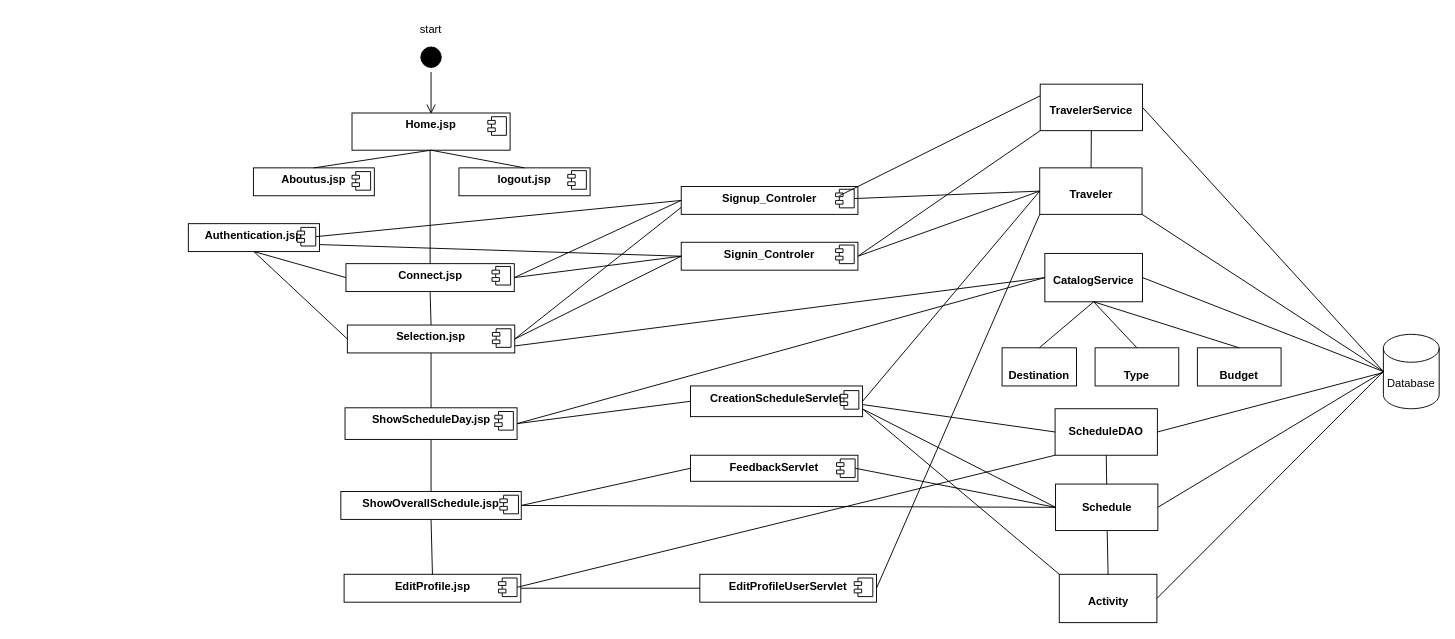
Before: page "Page-1" (1 of 2) of Diagrams/ComponentDiagramFinal.drawio in EleftheriaKoutsiouri/Scheduluxe, a draw.io diagram. Source tidied: cells renumbered, new cells numbered last; positions are measured from the earlier drawing's top-left corner, leaving out a move shared by most shapes. Both pictures are drawn from the tidied source at 93%, with x=0, y=0 at pixel (188, 16).
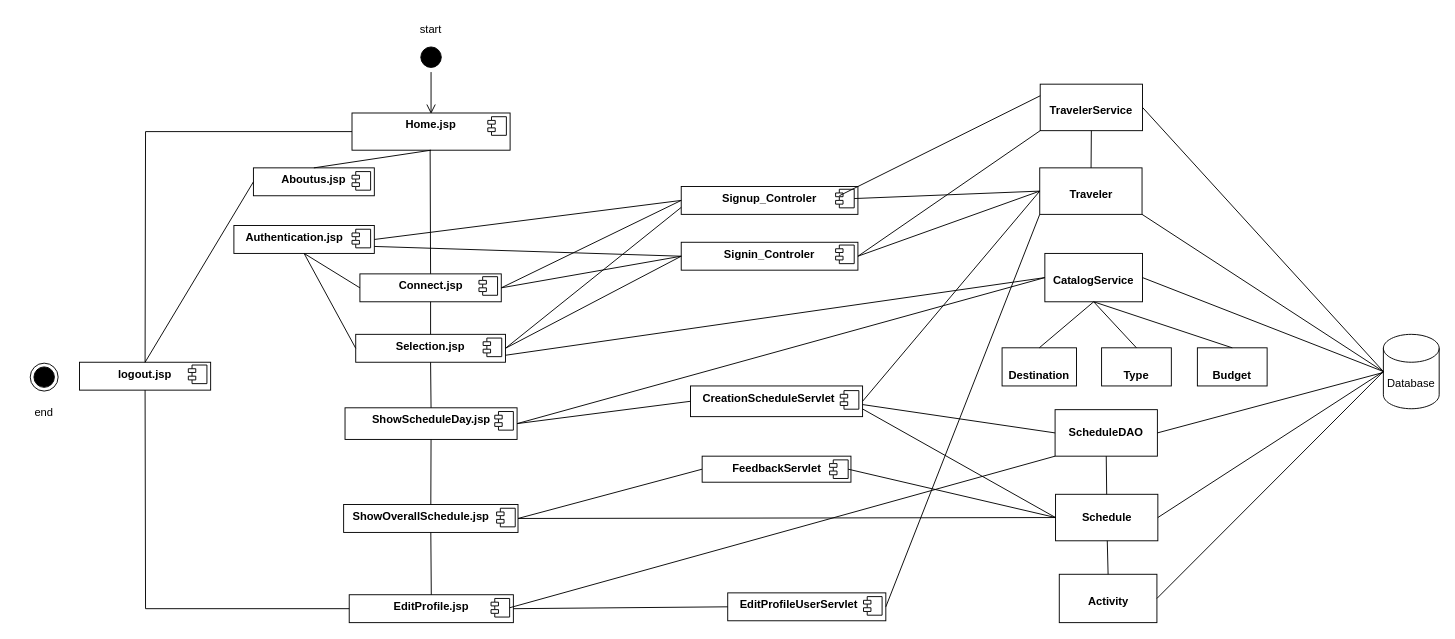
After the change.

The change refers to these unchanged cells:
```xml
<mxCell id="2" value="&lt;p style=&quot;margin:0px;margin-top:6px;text-align:center;&quot;&gt;&lt;b&gt;Home.jsp&lt;/b&gt;&lt;/p&gt;" style="align=left;overflow=fill;html=1;whiteSpace=wrap;" parent="1" vertex="1">
  <mxGeometry x="176" y="104" width="170" height="40" as="geometry" />
</mxCell>
<mxCell id="21" value="&lt;p style=&quot;margin:0px;margin-top:4px;text-align:center;&quot;&gt;&lt;b style=&quot;background-color: initial;&quot;&gt;&lt;br&gt;&lt;/b&gt;&lt;/p&gt;&lt;p style=&quot;margin:0px;margin-top:4px;text-align:center;&quot;&gt;&lt;b style=&quot;background-color: initial;&quot;&gt;Activity&lt;/b&gt;&lt;br&gt;&lt;/p&gt;" style="verticalAlign=top;align=left;overflow=fill;fontSize=12;fontFamily=Helvetica;html=1;whiteSpace=wrap;" parent="1" vertex="1">
  <mxGeometry x="936.5" y="600" width="105" height="52" as="geometry" />
</mxCell>
<mxCell id="43" value="&lt;p style=&quot;margin:0px;margin-top:6px;text-align:center;&quot;&gt;&lt;b&gt;Signup_Controler&lt;/b&gt;&lt;/p&gt;" style="align=left;overflow=fill;html=1;whiteSpace=wrap;" parent="1" vertex="1">
  <mxGeometry x="530" y="183" width="190" height="30" as="geometry" />
</mxCell>
<mxCell id="55" style="shape=component;jettyWidth=8;jettyHeight=4;" parent="54" vertex="1">
  <mxGeometry x="1" width="20" height="20" relative="1" as="geometry">
    <mxPoint x="-24" y="4" as="offset" />
  </mxGeometry>
</mxCell>
<mxCell id="60" value="&lt;p style=&quot;margin:0px;margin-top:6px;text-align:center;&quot;&gt;&lt;b&gt;Aboutus.jsp&lt;/b&gt;&lt;/p&gt;" style="align=left;overflow=fill;html=1;whiteSpace=wrap;" parent="1" vertex="1">
  <mxGeometry x="70" y="163" width="130" height="30" as="geometry" />
</mxCell>
```

Diff of the diagram source:
```diff
@@
-    <mxCell id="4" value="&lt;p style=&quot;margin:0px;margin-top:6px;text-align:center;&quot;&gt;&lt;b&gt;CreationScheduleServlet&lt;/b&gt;&lt;/p&gt;" style="align=left;overflow=fill;html=1;whiteSpace=wrap;" parent="1" vertex="1">
+    <mxCell id="4" value="&lt;p style=&quot;margin: 6px 0px 0px;&quot;&gt;&lt;b&gt;&amp;nbsp; &amp;nbsp; CreationScheduleServlet&lt;/b&gt;&lt;/p&gt;" style="align=left;overflow=fill;html=1;whiteSpace=wrap;" parent="1" vertex="1">
       <mxGeometry x="540" y="397.5" width="185" height="33" as="geometry" />
     </mxCell>
@@
     <mxCell id="6" value="&lt;p style=&quot;margin:0px;margin-top:6px;text-align:center;&quot;&gt;&lt;b style=&quot;background-color: initial;&quot;&gt;Selection.jsp&lt;/b&gt;&lt;/p&gt;" style="align=left;overflow=fill;html=1;whiteSpace=wrap;" parent="1" vertex="1">
-      <mxGeometry x="171" y="332" width="180" height="30" as="geometry" />
+      <mxGeometry x="180" y="342" width="161" height="30" as="geometry" />
     </mxCell>
@@
     <mxCell id="10" value="&lt;p style=&quot;margin:0px;margin-top:4px;text-align:center;&quot;&gt;&lt;br&gt;&lt;b&gt;Schedule&lt;/b&gt;&lt;/p&gt;" style="verticalAlign=top;align=left;overflow=fill;fontSize=12;fontFamily=Helvetica;html=1;whiteSpace=wrap;" parent="1" vertex="1">
-      <mxGeometry x="932.5" y="503" width="110" height="50" as="geometry" />
+      <mxGeometry x="932.5" y="514" width="110" height="50" as="geometry" />
     </mxCell>
@@
     <mxCell id="16" value="&lt;p style=&quot;margin:0px;margin-top:6px;text-align:center;&quot;&gt;&lt;b&gt;Connect.jsp&lt;/b&gt;&lt;/p&gt;" style="align=left;overflow=fill;html=1;whiteSpace=wrap;" parent="1" vertex="1">
-      <mxGeometry x="169.5" y="266" width="181" height="30" as="geometry" />
+      <mxGeometry x="184.5" y="277" width="152" height="30" as="geometry" />
     </mxCell>
@@
     <mxCell id="19" style="ellipse;whiteSpace=wrap;html=1;align=center;fillColor=none;strokeColor=none;perimeter=centerPerimeter;" parent="1" vertex="1">
-      <mxGeometry x="14" y="372" width="10" height="10" as="geometry" />
+      <mxGeometry x="68" y="372" width="10" height="10" as="geometry" />
     </mxCell>
@@
-    <mxCell id="23" value="&lt;p style=&quot;margin:0px;margin-top:6px;text-align:center;&quot;&gt;&lt;b&gt;ShowOverallSchedule.jsp&lt;/b&gt;&lt;/p&gt;" style="align=left;overflow=fill;html=1;whiteSpace=wrap;" parent="1" vertex="1">
-      <mxGeometry x="164" y="511" width="194" height="30" as="geometry" />
+    <mxCell id="23" value="&lt;p style=&quot;margin: 6px 0px 0px;&quot;&gt;&lt;b&gt;&amp;nbsp; &amp;nbsp;ShowOverallSchedule.jsp&lt;/b&gt;&lt;/p&gt;" style="align=left;overflow=fill;html=1;whiteSpace=wrap;" parent="1" vertex="1">
+      <mxGeometry x="167" y="525" width="187.5" height="30" as="geometry" />
     </mxCell>
@@
     <mxCell id="31" value="&lt;p style=&quot;margin:0px;margin-top:6px;text-align:center;&quot;&gt;&lt;b&gt;FeedbackServlet&lt;/b&gt;&lt;/p&gt;" style="align=left;overflow=fill;html=1;whiteSpace=wrap;" parent="1" vertex="1">
-      <mxGeometry x="540" y="472" width="180" height="28" as="geometry" />
+      <mxGeometry x="552.5" y="473" width="160" height="28" as="geometry" />
     </mxCell>
@@
     <mxCell id="36" value="&lt;p style=&quot;margin:0px;margin-top:6px;text-align:center;&quot;&gt;&lt;b&gt;EditProfile.jsp&lt;/b&gt;&lt;/p&gt;" style="align=left;overflow=fill;html=1;whiteSpace=wrap;" parent="1" vertex="1">
-      <mxGeometry x="167.5" y="600" width="190" height="30" as="geometry" />
+      <mxGeometry x="173" y="622" width="176.5" height="30" as="geometry" />
     </mxCell>
@@
-    <mxCell id="38" value="&lt;p style=&quot;margin:0px;margin-top:6px;text-align:center;&quot;&gt;&lt;b&gt;EditProfileUserServlet&lt;/b&gt;&lt;/p&gt;" style="align=left;overflow=fill;html=1;whiteSpace=wrap;" parent="1" vertex="1">
-      <mxGeometry x="550" y="600" width="190" height="30" as="geometry" />
+    <mxCell id="38" value="&lt;p style=&quot;margin: 6px 0px 0px;&quot;&gt;&lt;b&gt;&amp;nbsp; &amp;nbsp; EditProfileUserServlet&lt;/b&gt;&lt;/p&gt;" style="align=left;overflow=fill;html=1;whiteSpace=wrap;" parent="1" vertex="1">
+      <mxGeometry x="580" y="620" width="170" height="30" as="geometry" />
     </mxCell>
@@
-    <mxCell id="54" value="&lt;p style=&quot;margin:0px;margin-top:6px;text-align:center;&quot;&gt;&lt;b&gt;Authentication.jsp&lt;/b&gt;&lt;/p&gt;" style="align=left;overflow=fill;html=1;whiteSpace=wrap;" parent="1" vertex="1">
-      <mxGeometry y="223" width="141" height="30" as="geometry" />
+    <mxCell id="54" value="&lt;p style=&quot;margin: 6px 0px 0px;&quot;&gt;&lt;b&gt;&amp;nbsp; &amp;nbsp; Authentication.jsp&lt;/b&gt;&lt;/p&gt;" style="align=left;overflow=fill;html=1;whiteSpace=wrap;" parent="1" vertex="1">
+      <mxGeometry x="49" y="225" width="151" height="30" as="geometry" />
     </mxCell>
@@
     <mxCell id="56" value="&lt;p style=&quot;margin:0px;margin-top:6px;text-align:center;&quot;&gt;&lt;b&gt;logout.jsp&lt;/b&gt;&lt;/p&gt;" style="align=left;overflow=fill;html=1;whiteSpace=wrap;" parent="1" vertex="1">
-      <mxGeometry x="291" y="163" width="141" height="30" as="geometry" />
+      <mxGeometry x="-117" y="372" width="141" height="30" as="geometry" />
     </mxCell>
@@
-    <mxCell id="58" style="endArrow=none;html=1;rounded=0;exitX=0.5;exitY=0;exitDx=0;exitDy=0;entryX=0.5;entryY=1;entryDx=0;entryDy=0;" parent="1" edge="1" source="56" target="2">
-      <mxGeometry relative="1" as="geometry" />
+    <mxCell id="58" style="endArrow=none;html=1;rounded=0;exitX=0.5;exitY=0;exitDx=0;exitDy=0;entryX=0;entryY=0.5;entryDx=0;entryDy=0;" parent="1" edge="1" source="56" target="2">
+      <mxGeometry relative="1" as="geometry">
+        <Array as="points">
+          <mxPoint x="-46" y="124" />
+        </Array>
+      </mxGeometry>
     </mxCell>
@@
-    <mxCell id="66" style="endArrow=none;html=1;rounded=0;exitX=1;exitY=0.5;exitDx=0;exitDy=0;entryX=0;entryY=0.5;entryDx=0;entryDy=0;" parent="1" edge="1" source="55" target="43">
+    <mxCell id="66" style="endArrow=none;html=1;rounded=0;exitX=1;exitY=0.5;exitDx=0;exitDy=0;entryX=0;entryY=0.5;entryDx=0;entryDy=0;" parent="1" edge="1" source="54" target="43">
       <mxGeometry relative="1" as="geometry" />
     </mxCell>
@@
     <mxCell id="72" value="&lt;p style=&quot;margin:0px;margin-top:4px;text-align:center;&quot;&gt;&lt;br&gt;&lt;b&gt;ScheduleDAO&lt;/b&gt;&lt;/p&gt;" style="verticalAlign=top;align=left;overflow=fill;fontSize=12;fontFamily=Helvetica;html=1;whiteSpace=wrap;" parent="1" vertex="1">
-      <mxGeometry x="932" y="422" width="110" height="50" as="geometry" />
+      <mxGeometry x="932" y="423" width="110" height="50" as="geometry" />
     </mxCell>
@@
-    <mxCell id="74" style="endArrow=none;html=1;rounded=0;entryX=0;entryY=0;entryDx=0;entryDy=0;exitX=1;exitY=0.75;exitDx=0;exitDy=0;" parent="1" edge="1" source="4" target="21">
-      <mxGeometry relative="1" as="geometry" />
-    </mxCell>
@@
-    <mxCell id="77" value="&lt;p style=&quot;margin: 4px 0px 0px;&quot;&gt;&lt;b&gt;&lt;br&gt;&lt;/b&gt;&lt;/p&gt;&lt;p style=&quot;margin: 4px 0px 0px;&quot;&gt;&lt;b&gt;Type&lt;/b&gt;&lt;/p&gt;" style="verticalAlign=top;align=center;overflow=fill;fontSize=12;fontFamily=Helvetica;html=1;whiteSpace=wrap;" parent="1" vertex="1">
-      <mxGeometry x="975" y="356.5" width="90" height="41" as="geometry" />
+    <mxCell id="77" value="&lt;p style=&quot;margin: 4px 0px 0px;&quot;&gt;&lt;b style=&quot;background-color: initial;&quot;&gt;&lt;br&gt;&lt;/b&gt;&lt;/p&gt;&lt;p style=&quot;margin: 4px 0px 0px;&quot;&gt;&lt;b style=&quot;background-color: initial;&quot;&gt;Type&lt;/b&gt;&lt;br&gt;&lt;/p&gt;" style="verticalAlign=top;align=center;overflow=fill;fontSize=12;fontFamily=Helvetica;html=1;whiteSpace=wrap;" parent="1" vertex="1">
+      <mxGeometry x="982" y="356.5" width="75" height="41" as="geometry" />
     </mxCell>
     <mxCell id="78" value="&lt;p style=&quot;margin: 4px 0px 0px;&quot;&gt;&lt;b&gt;&amp;nbsp;&lt;/b&gt;&lt;/p&gt;&lt;p style=&quot;margin: 4px 0px 0px;&quot;&gt;&lt;b&gt;Budget&lt;/b&gt;&lt;/p&gt;" style="verticalAlign=top;align=center;overflow=fill;fontSize=12;fontFamily=Helvetica;html=1;whiteSpace=wrap;" parent="1" vertex="1">
-      <mxGeometry x="1085" y="356.5" width="90" height="41" as="geometry" />
+      <mxGeometry x="1085" y="356.5" width="75" height="41" as="geometry" />
     </mxCell>
@@
+    <mxCell id="90" style="endArrow=none;html=1;rounded=0;exitX=0;exitY=0.5;exitDx=0;exitDy=0;entryX=0.5;entryY=1;entryDx=0;entryDy=0;" parent="1" edge="1" source="36" target="56">
+      <mxGeometry relative="1" as="geometry">
+        <Array as="points">
+          <mxPoint x="-46" y="637" />
+        </Array>
+      </mxGeometry>
+    </mxCell>
+    <mxCell id="91" style="endArrow=none;html=1;rounded=0;exitX=0.5;exitY=0;exitDx=0;exitDy=0;entryX=0;entryY=0.5;entryDx=0;entryDy=0;" parent="1" edge="1" source="56" target="60">
+      <mxGeometry relative="1" as="geometry" />
+    </mxCell>
+    <mxCell id="92" style="ellipse;html=1;shape=endState;fillColor=#000000;strokeColor=#000000;" parent="1" vertex="1">
+      <mxGeometry x="-170" y="373" width="30" height="30" as="geometry" />
+    </mxCell>
+    <mxCell id="93" value="end" style="text;html=1;strokeColor=none;fillColor=none;align=center;verticalAlign=middle;whiteSpace=wrap;rounded=0;" parent="1" vertex="1">
+      <mxGeometry x="-185" y="411" width="60" height="30" as="geometry" />
+    </mxCell>
```
